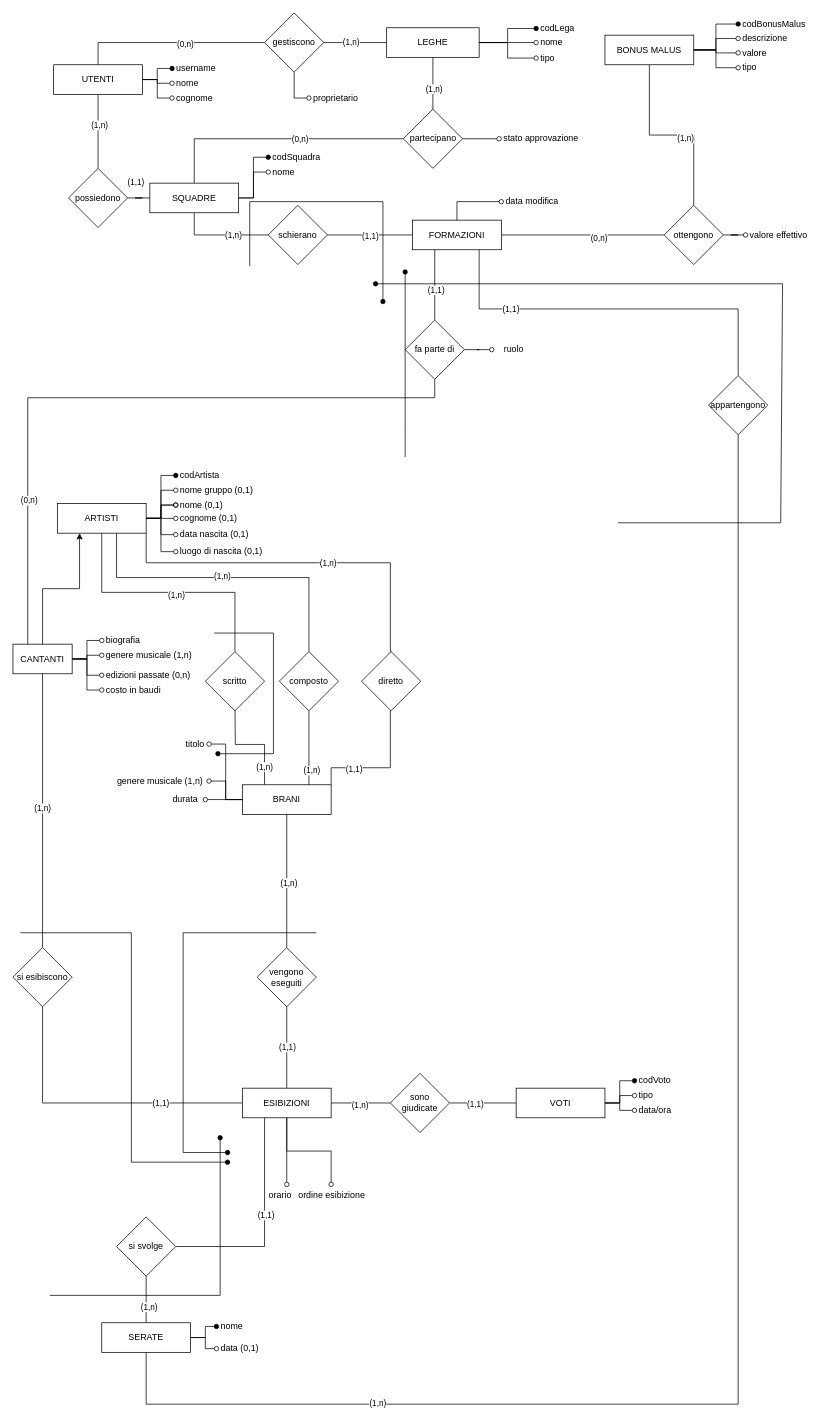
Before: progetto_esame/consegna_luglio/ParteI/schema_ER.drawio in RaphyJake/Basi-di-dati, a draw.io diagram. Source tidied: cells renumbered, new cells numbered last; positions are measured from the earlier drawing's top-left corner, leaving out a move shared by most shapes. Both pictures are drawn from the tidied source at 74%, with x=0, y=0 at pixel (13, 13).
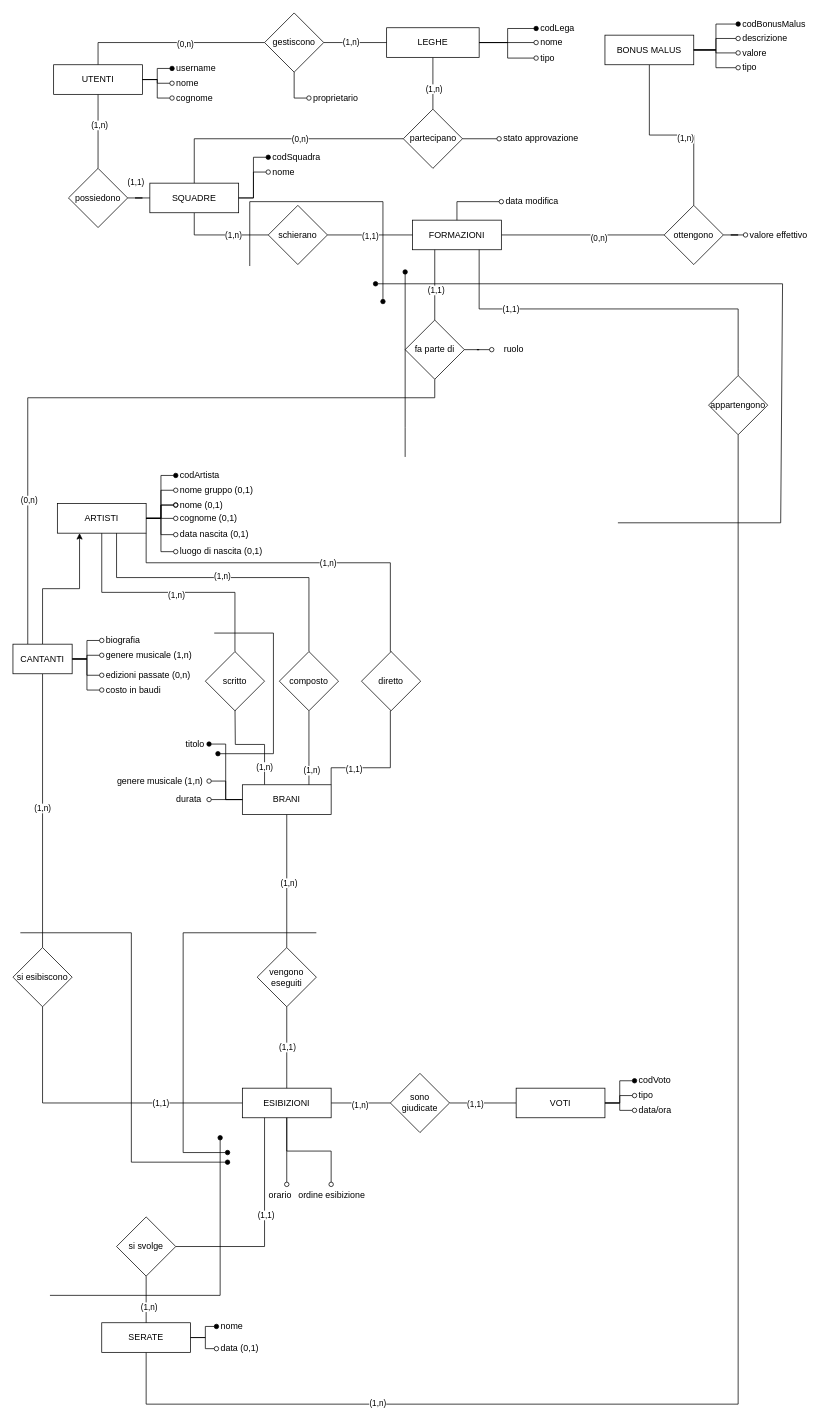
After the change.

The change refers to these unchanged cells:
```xml
<mxCell id="20" value="BRANI" style="rounded=0;whiteSpace=wrap;html=1;" parent="1" vertex="1">
  <mxGeometry x="310" y="1043" width="120" height="40" as="geometry" />
</mxCell>
<mxCell id="22" value="titolo" style="text;html=1;align=right;verticalAlign=middle;whiteSpace=wrap;rounded=0;spacingLeft=4;spacingRight=4;" parent="1" vertex="1">
  <mxGeometry x="205" y="973" width="60" height="30" as="geometry" />
</mxCell>
```

Diff of the diagram source:
```diff
@@
-    <mxCell id="21" style="edgeStyle=orthogonalEdgeStyle;rounded=0;jettySize=auto;html=1;exitX=0;exitY=0.5;exitDx=0;exitDy=0;endArrow=oval;endFill=0;startFill=0;entryX=1;entryY=0.5;entryDx=0;entryDy=0;" parent="1" edge="1" source="20" target="22">
+    <mxCell id="21" style="edgeStyle=orthogonalEdgeStyle;rounded=0;jettySize=auto;html=1;exitX=0;exitY=0.5;exitDx=0;exitDy=0;endArrow=oval;endFill=1;startFill=0;entryX=1;entryY=0.5;entryDx=0;entryDy=0;" parent="1" edge="1" source="20" target="22">
       <mxGeometry relative="1" as="geometry" />
     </mxCell>
@@
     <mxCell id="24" value="durata" style="text;html=1;align=left;verticalAlign=middle;whiteSpace=wrap;rounded=0;spacingLeft=4;" parent="1" vertex="1">
-      <mxGeometry x="210" y="1048" width="50" height="30" as="geometry" />
+      <mxGeometry x="215" y="1048" width="50" height="30" as="geometry" />
     </mxCell>
```
